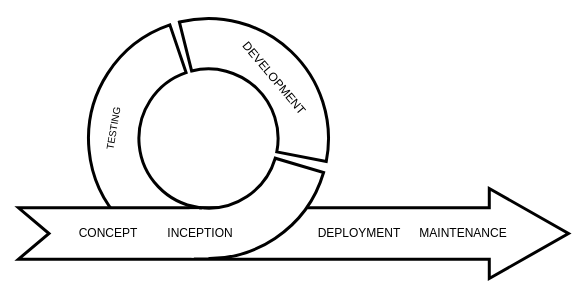
Earlier version of the draw.io diagram DOCS/Diagrams/AGILE Diagram Revised.drawio (alexxGmZ/MenuMaApp). Source tidied: cells renumbered, new cells numbered last; positions are measured from the earlier drawing's top-left corner, leaving out a move shared by most shapes. Both pictures are drawn from the tidied source at 100%, with x=0, y=0 at pixel (18, 18).
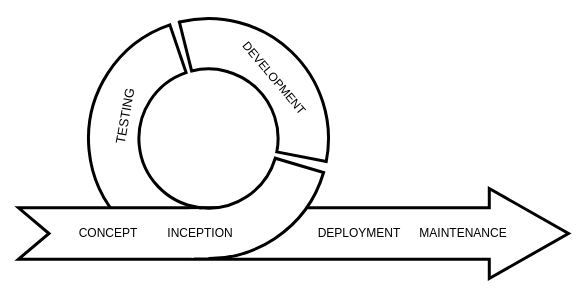
Above is the later version.

Commit message:
diagram(agile): agile diagram "testing" font size

Diff of the diagram source:
```diff
@@
 <mxGraphModel>
   <root>
     <mxCell id="0" />
     <mxCell id="1" parent="0" />
     <mxCell id="2" style="verticalLabelPosition=bottom;verticalAlign=top;html=1;shape=mxgraph.basic.partConcEllipse;startAngle=0.5221378066508926;endAngle=0.9478093833828654;arcWidth=0.42;strokeWidth=3;" parent="1" vertex="1">
       <mxGeometry x="70" width="240" height="240" as="geometry" />
     </mxCell>
     <mxCell id="3" style="html=1;shadow=0;dashed=0;align=center;verticalAlign=middle;shape=mxgraph.arrows2.arrow;dy=0.43;dx=79.21;flipH=0;notch=30.5;strokeWidth=3;" parent="1" vertex="1">
       <mxGeometry y="170" width="550" height="90" as="geometry" />
     </mxCell>
     <mxCell id="4" style="verticalLabelPosition=bottom;verticalAlign=top;html=1;shape=mxgraph.basic.partConcEllipse;startAngle=0.2957222633667779;endAngle=0.5174369402488821;arcWidth=0.42;strokeWidth=3;" parent="1" vertex="1">
       <mxGeometry x="70" width="240" height="240" as="geometry" />
     </mxCell>
     <mxCell id="5" style="verticalLabelPosition=bottom;verticalAlign=top;html=1;shape=mxgraph.basic.partConcEllipse;startAngle=0.9610104348113153;endAngle=0.28078491517508236;arcWidth=0.42;strokeWidth=3;" parent="1" vertex="1">
       <mxGeometry x="70" width="240" height="240" as="geometry" />
     </mxCell>
     <mxCell id="6" value="&lt;font style=&quot;font-size: 12px;&quot;&gt;CONCEPT&lt;/font&gt;" style="text;html=1;strokeColor=none;fillColor=none;align=center;verticalAlign=middle;whiteSpace=wrap;rounded=0;strokeWidth=3;" parent="1" vertex="1">
       <mxGeometry x="50" y="200" width="80" height="30" as="geometry" />
     </mxCell>
     <mxCell id="7" value="&lt;div style=&quot;&quot;&gt;&lt;font style=&quot;font-size: 12px;&quot;&gt;DEVELOPMENT&lt;/font&gt;&lt;/div&gt;" style="text;html=1;strokeColor=none;fillColor=none;align=center;verticalAlign=middle;whiteSpace=wrap;rounded=0;strokeWidth=3;rotation=50;" parent="1" vertex="1">
       <mxGeometry x="212" y="50" width="88" height="20" as="geometry" />
     </mxCell>
-    <mxCell id="8" value="&lt;div style=&quot;&quot;&gt;&lt;font style=&quot;font-size: 10px;&quot;&gt;TESTING&lt;/font&gt;&lt;/div&gt;" style="text;html=1;strokeColor=none;fillColor=none;align=center;verticalAlign=middle;whiteSpace=wrap;rounded=0;strokeWidth=3;rotation=-80;" parent="1" vertex="1">
-      <mxGeometry x="70" y="100" width="50" height="20" as="geometry" />
+    <mxCell id="8" value="&lt;div style=&quot;&quot;&gt;&lt;font style=&quot;font-size: 13px;&quot;&gt;TESTING&lt;/font&gt;&lt;/div&gt;" style="text;html=1;strokeColor=none;fillColor=none;align=center;verticalAlign=middle;whiteSpace=wrap;rounded=0;strokeWidth=3;rotation=-80;" parent="1" vertex="1">
+      <mxGeometry x="67.3" y="77.7" width="79.2" height="39.1" as="geometry" />
     </mxCell>
     <mxCell id="9" value="&lt;div style=&quot;&quot;&gt;&lt;font style=&quot;font-size: 12px;&quot;&gt;DEPLOYMENT&lt;/font&gt;&lt;/div&gt;" style="text;html=1;strokeColor=none;fillColor=none;align=center;verticalAlign=middle;whiteSpace=wrap;rounded=0;strokeWidth=3;rotation=0;" parent="1" vertex="1">
       <mxGeometry x="300" y="205" width="82" height="20" as="geometry" />
     </mxCell>
     <mxCell id="10" value="&lt;font style=&quot;font-size: 12px;&quot;&gt;MAINTENANCE&lt;/font&gt;" style="text;html=1;strokeColor=none;fillColor=none;align=center;verticalAlign=middle;whiteSpace=wrap;rounded=0;strokeWidth=3;" parent="1" vertex="1">
       <mxGeometry x="400" y="200" width="90" height="30" as="geometry" />
     </mxCell>
     <mxCell id="11" style="rounded=0;whiteSpace=wrap;html=1;strokeWidth=0;fontSize=12;strokeColor=none;" parent="1" vertex="1">
       <mxGeometry x="171" y="191" width="14" height="20" as="geometry" />
     </mxCell>
     <mxCell id="12" style="rounded=0;whiteSpace=wrap;html=1;strokeWidth=0;fontSize=12;strokeColor=none;" parent="1" vertex="1">
       <mxGeometry x="173" y="210" width="17" height="29" as="geometry" />
     </mxCell>
     <mxCell id="13" value="&lt;div style=&quot;&quot;&gt;&lt;font style=&quot;font-size: 12px;&quot;&gt;INCEPTION&lt;/font&gt;&lt;/div&gt;" style="text;html=1;strokeColor=none;fillColor=none;align=center;verticalAlign=middle;whiteSpace=wrap;rounded=0;strokeWidth=3;rotation=0;" parent="1" vertex="1">
       <mxGeometry x="151.5" y="200" width="60" height="30" as="geometry" />
     </mxCell>
   </root>
 </mxGraphModel>
```
